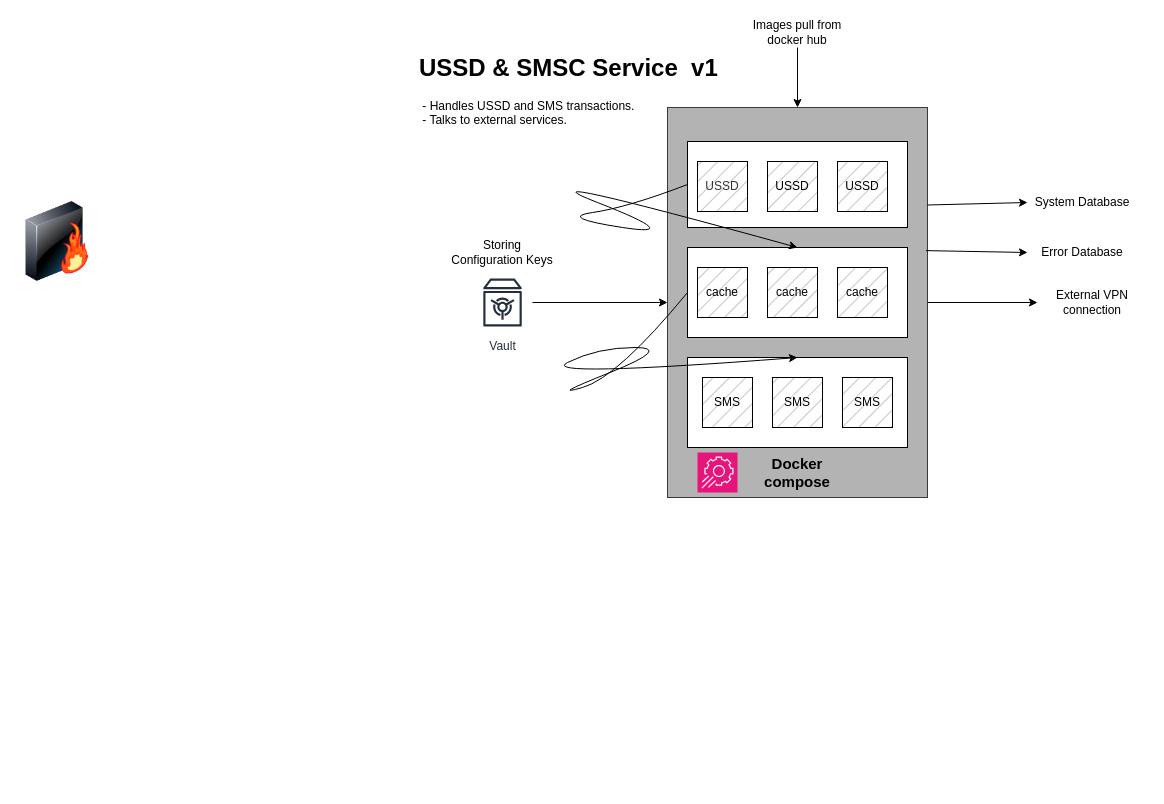
This is VAS.drawio from brilliantnarlo/system-design, a draw.io file, before an edit. Source tidied: cells renumbered, new cells numbered last; positions are measured from the earlier drawing's top-left corner, leaving out a move shared by most shapes. Both pictures are drawn from the tidied source at 100%, with x=0, y=0 at pixel (17, 17).
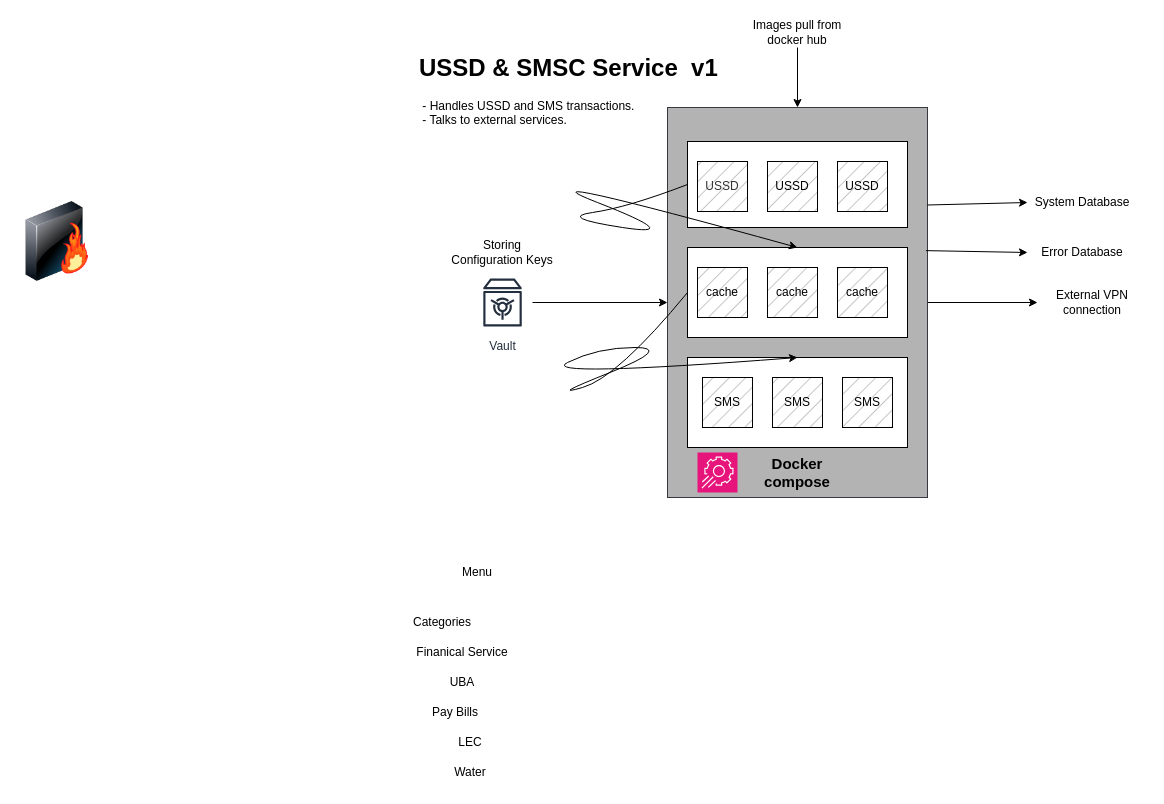
Above is the later version.

Change to the diagram source:
```diff
@@
+    <mxCell id="32" value="Menu" style="text;html=1;whiteSpace=wrap;strokeColor=none;fillColor=none;align=center;verticalAlign=middle;rounded=0;" parent="1" vertex="1">
+      <mxGeometry x="405" y="540" width="110" height="30" as="geometry" />
+    </mxCell>
+    <mxCell id="33" value="Categories" style="text;html=1;whiteSpace=wrap;strokeColor=none;fillColor=none;align=center;verticalAlign=middle;rounded=0;" parent="1" vertex="1">
+      <mxGeometry x="370" y="590" width="110" height="30" as="geometry" />
+    </mxCell>
+    <mxCell id="34" value="Finanical Service" style="text;html=1;whiteSpace=wrap;strokeColor=none;fillColor=none;align=center;verticalAlign=middle;rounded=0;" parent="1" vertex="1">
+      <mxGeometry x="390" y="620" width="110" height="30" as="geometry" />
+    </mxCell>
+    <mxCell id="35" value="Pay Bills" style="text;html=1;whiteSpace=wrap;strokeColor=none;fillColor=none;align=center;verticalAlign=middle;rounded=0;" parent="1" vertex="1">
+      <mxGeometry x="382.5" y="680" width="110" height="30" as="geometry" />
+    </mxCell>
+    <mxCell id="36" value="LEC" style="text;html=1;whiteSpace=wrap;strokeColor=none;fillColor=none;align=center;verticalAlign=middle;rounded=0;" parent="1" vertex="1">
+      <mxGeometry x="397.5" y="710" width="110" height="30" as="geometry" />
+    </mxCell>
+    <mxCell id="37" value="Water" style="text;html=1;whiteSpace=wrap;strokeColor=none;fillColor=none;align=center;verticalAlign=middle;rounded=0;" parent="1" vertex="1">
+      <mxGeometry x="397.5" y="740" width="110" height="30" as="geometry" />
+    </mxCell>
+    <mxCell id="38" value="UBA" style="text;html=1;whiteSpace=wrap;strokeColor=none;fillColor=none;align=center;verticalAlign=middle;rounded=0;" parent="1" vertex="1">
+      <mxGeometry x="390" y="650" width="110" height="30" as="geometry" />
+    </mxCell>
```
